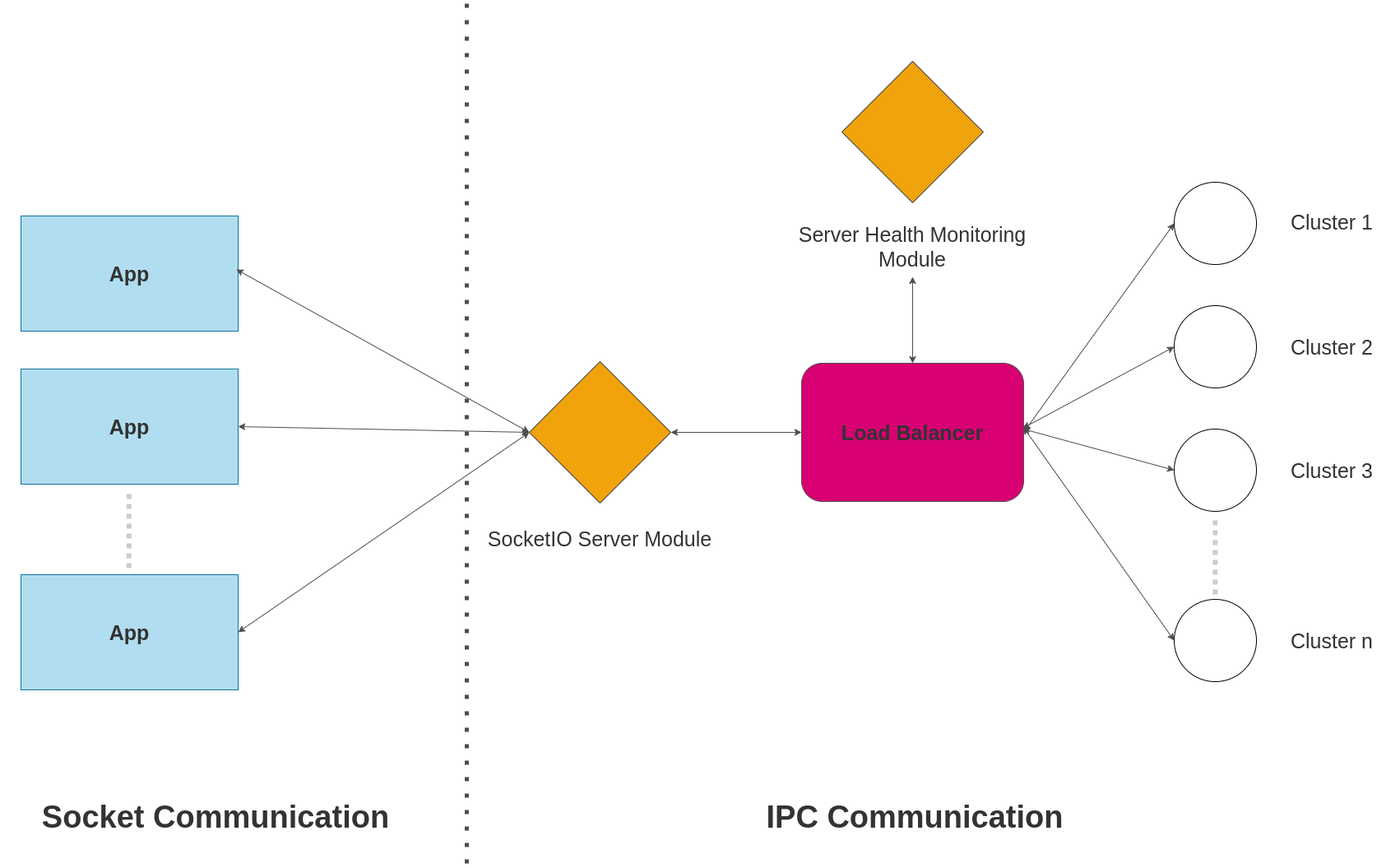
The draw.io diagram Scheme/balancer_scheme.png in vanja032/Load_Balancer, before a commit. Source tidied: cells renumbered, new cells last; positions are measured from the earlier drawing's top-left corner, leaving out a move shared by most shapes. Its diagram source:
```xml
<mxGraphModel background="#ffffff">
  <root>
    <mxCell id="0" />
    <mxCell id="1" parent="0" />
    <mxCell id="2" value="&lt;font color=&quot;#333333&quot; style=&quot;font-size: 25px;&quot;&gt;&lt;b&gt;App&lt;/b&gt;&lt;/font&gt;" style="rounded=0;whiteSpace=wrap;html=1;fillColor=#b1ddf0;strokeColor=#10739e;" parent="1" vertex="1">
      <mxGeometry x="25" y="260" width="264" height="140" as="geometry" />
    </mxCell>
    <mxCell id="3" value="&lt;b style=&quot;color: rgb(51, 51, 51); font-size: 25px;&quot;&gt;App&lt;/b&gt;" style="rounded=0;whiteSpace=wrap;html=1;fillColor=#b1ddf0;strokeColor=#10739e;" parent="1" vertex="1">
      <mxGeometry x="25" y="446" width="264" height="140" as="geometry" />
    </mxCell>
    <mxCell id="4" value="&lt;b style=&quot;color: rgb(51, 51, 51); font-size: 25px;&quot;&gt;App&lt;/b&gt;" style="rounded=0;whiteSpace=wrap;html=1;fillColor=#b1ddf0;strokeColor=#10739e;" parent="1" vertex="1">
      <mxGeometry x="25" y="696" width="264" height="140" as="geometry" />
    </mxCell>
    <mxCell id="5" style="endArrow=none;html=1;strokeWidth=6;strokeColor=#CCCCCC;dashed=1;dashPattern=1 1;rounded=1;targetPerimeterSpacing=0;sourcePerimeterSpacing=0;endSize=6;" parent="1" edge="1">
      <mxGeometry relative="1" as="geometry">
        <mxPoint x="156.3" y="688" as="sourcePoint" />
        <mxPoint x="156.3" y="593" as="targetPoint" />
      </mxGeometry>
    </mxCell>
    <mxCell id="6" value="&lt;b style=&quot;color: rgb(51, 51, 51); font-size: 25px;&quot;&gt;Load Balancer&lt;/b&gt;" style="rounded=1;whiteSpace=wrap;html=1;fillColor=#d80073;strokeColor=#4D4D4D;fontColor=#ffffff;" parent="1" vertex="1">
      <mxGeometry x="974" y="439" width="270" height="168" as="geometry" />
    </mxCell>
    <mxCell id="7" style="ellipse;whiteSpace=wrap;html=1;fontSize=25;fontColor=#333333;" parent="1" vertex="1">
      <mxGeometry x="1427" y="219" width="100" height="100" as="geometry" />
    </mxCell>
    <mxCell id="8" style="ellipse;whiteSpace=wrap;html=1;fontSize=25;fontColor=#333333;" parent="1" vertex="1">
      <mxGeometry x="1427" y="369" width="100" height="100" as="geometry" />
    </mxCell>
    <mxCell id="9" style="ellipse;whiteSpace=wrap;html=1;fontSize=25;fontColor=#333333;" parent="1" vertex="1">
      <mxGeometry x="1427" y="519" width="100" height="100" as="geometry" />
    </mxCell>
    <mxCell id="10" style="ellipse;whiteSpace=wrap;html=1;fontSize=25;fontColor=#333333;" parent="1" vertex="1">
      <mxGeometry x="1427" y="726" width="100" height="100" as="geometry" />
    </mxCell>
    <mxCell id="11" style="endArrow=none;html=1;strokeWidth=6;strokeColor=#CCCCCC;dashed=1;dashPattern=1 1;rounded=1;targetPerimeterSpacing=0;sourcePerimeterSpacing=0;endSize=6;" parent="1" edge="1">
      <mxGeometry relative="1" as="geometry">
        <mxPoint x="1476.8" y="720" as="sourcePoint" />
        <mxPoint x="1476.8" y="625" as="targetPoint" />
      </mxGeometry>
    </mxCell>
    <mxCell id="12" value="Cluster 1" style="text;html=1;strokeColor=none;fillColor=none;align=center;verticalAlign=middle;whiteSpace=wrap;rounded=0;fontSize=25;fontColor=#333333;" parent="1" vertex="1">
      <mxGeometry x="1555" y="247" width="128" height="40" as="geometry" />
    </mxCell>
    <mxCell id="13" value="Cluster 2" style="text;html=1;strokeColor=none;fillColor=none;align=center;verticalAlign=middle;whiteSpace=wrap;rounded=0;fontSize=25;fontColor=#333333;" parent="1" vertex="1">
      <mxGeometry x="1555" y="399" width="128" height="40" as="geometry" />
    </mxCell>
    <mxCell id="14" value="Cluster 3" style="text;html=1;strokeColor=none;fillColor=none;align=center;verticalAlign=middle;whiteSpace=wrap;rounded=0;fontSize=25;fontColor=#333333;" parent="1" vertex="1">
      <mxGeometry x="1555" y="549" width="128" height="40" as="geometry" />
    </mxCell>
    <mxCell id="15" value="Cluster n" style="text;html=1;strokeColor=none;fillColor=none;align=center;verticalAlign=middle;whiteSpace=wrap;rounded=0;fontSize=25;fontColor=#333333;" parent="1" vertex="1">
      <mxGeometry x="1555" y="756" width="128" height="40" as="geometry" />
    </mxCell>
    <mxCell id="16" style="rhombus;whiteSpace=wrap;html=1;fontSize=25;fontColor=#000000;fillColor=#f0a30a;strokeColor=#4D4D4D;" parent="1" vertex="1">
      <mxGeometry x="643" y="437" width="172" height="172" as="geometry" />
    </mxCell>
    <mxCell id="17" value="SocketIO Server Module" style="text;html=1;strokeColor=none;fillColor=none;align=center;verticalAlign=middle;whiteSpace=wrap;rounded=0;fontSize=25;fontColor=#333333;" parent="1" vertex="1">
      <mxGeometry x="579" y="632" width="300" height="40" as="geometry" />
    </mxCell>
    <mxCell id="18" style="rhombus;whiteSpace=wrap;html=1;fontSize=25;fontColor=#000000;fillColor=#f0a30a;strokeColor=#4D4D4D;" parent="1" vertex="1">
      <mxGeometry x="1023" y="72" width="172" height="172" as="geometry" />
    </mxCell>
    <mxCell id="19" value="Server Health Monitoring Module" style="text;html=1;strokeColor=none;fillColor=none;align=center;verticalAlign=middle;whiteSpace=wrap;rounded=0;fontSize=25;fontColor=#333333;" parent="1" vertex="1">
      <mxGeometry x="959" y="260" width="300" height="74" as="geometry" />
    </mxCell>
    <mxCell id="20" style="endArrow=classic;startArrow=classic;html=1;fillColor=#fa6800;strokeColor=#4D4D4D;exitX=0.992;exitY=0.464;exitDx=0;exitDy=0;exitPerimeter=0;entryX=0;entryY=0.5;entryDx=0;entryDy=0;" parent="1" edge="1" source="2" target="16">
      <mxGeometry relative="1" as="geometry" />
    </mxCell>
    <mxCell id="21" style="endArrow=classic;startArrow=classic;html=1;fillColor=#fa6800;strokeColor=#4D4D4D;exitX=1;exitY=0.5;exitDx=0;exitDy=0;entryX=0;entryY=0.5;entryDx=0;entryDy=0;" parent="1" edge="1" source="3" target="16">
      <mxGeometry relative="1" as="geometry" />
    </mxCell>
    <mxCell id="22" style="endArrow=classic;startArrow=classic;html=1;fillColor=#fa6800;strokeColor=#4D4D4D;exitX=1;exitY=0.5;exitDx=0;exitDy=0;entryX=0;entryY=0.5;entryDx=0;entryDy=0;" parent="1" edge="1" source="4" target="16">
      <mxGeometry relative="1" as="geometry" />
    </mxCell>
    <mxCell id="23" style="endArrow=classic;startArrow=classic;html=1;fillColor=#fa6800;strokeColor=#4D4D4D;exitX=1;exitY=0.5;exitDx=0;exitDy=0;entryX=0;entryY=0.5;entryDx=0;entryDy=0;" parent="1" edge="1" source="16" target="6">
      <mxGeometry relative="1" as="geometry" />
    </mxCell>
    <mxCell id="24" style="endArrow=classic;startArrow=classic;html=1;fillColor=#fa6800;strokeColor=#4D4D4D;entryX=0.5;entryY=0;entryDx=0;entryDy=0;exitX=0.5;exitY=1;exitDx=0;exitDy=0;" parent="1" edge="1" source="19" target="6">
      <mxGeometry relative="1" as="geometry" />
    </mxCell>
    <mxCell id="25" style="endArrow=classic;startArrow=classic;html=1;fillColor=#fa6800;strokeColor=#4D4D4D;exitX=0.999;exitY=0.463;exitDx=0;exitDy=0;entryX=0;entryY=0.5;entryDx=0;entryDy=0;exitPerimeter=0;" parent="1" edge="1" source="6" target="10">
      <mxGeometry relative="1" as="geometry" />
    </mxCell>
    <mxCell id="26" style="endArrow=classic;startArrow=classic;html=1;fillColor=#fa6800;strokeColor=#4D4D4D;exitX=0.996;exitY=0.475;exitDx=0;exitDy=0;entryX=0;entryY=0.5;entryDx=0;entryDy=0;exitPerimeter=0;" parent="1" edge="1" source="6" target="9">
      <mxGeometry relative="1" as="geometry" />
    </mxCell>
    <mxCell id="27" style="endArrow=classic;startArrow=classic;html=1;fillColor=#fa6800;strokeColor=#4D4D4D;exitX=0.996;exitY=0.47;exitDx=0;exitDy=0;entryX=0;entryY=0.5;entryDx=0;entryDy=0;exitPerimeter=0;" parent="1" edge="1" source="6" target="8">
      <mxGeometry relative="1" as="geometry" />
    </mxCell>
    <mxCell id="28" style="endArrow=classic;startArrow=classic;html=1;fillColor=#fa6800;strokeColor=#4D4D4D;exitX=1;exitY=0.5;exitDx=0;exitDy=0;entryX=0;entryY=0.5;entryDx=0;entryDy=0;" parent="1" edge="1" source="6" target="7">
      <mxGeometry relative="1" as="geometry" />
    </mxCell>
    <mxCell id="29" value="&lt;font style=&quot;font-size: 38px;&quot;&gt;&lt;b&gt;IPC Communication&lt;/b&gt;&lt;/font&gt;" style="text;html=1;strokeColor=none;fillColor=none;align=center;verticalAlign=middle;whiteSpace=wrap;rounded=0;fontSize=25;fontColor=#333333;" parent="1" vertex="1">
      <mxGeometry x="850" y="946" width="524" height="90" as="geometry" />
    </mxCell>
    <mxCell id="30" value="&lt;font style=&quot;font-size: 38px;&quot;&gt;&lt;b&gt;Socket Communication&lt;/b&gt;&lt;/font&gt;" style="text;html=1;strokeColor=none;fillColor=none;align=center;verticalAlign=middle;whiteSpace=wrap;rounded=0;fontSize=25;fontColor=#333333;" parent="1" vertex="1">
      <mxGeometry y="946" width="524" height="90" as="geometry" />
    </mxCell>
    <mxCell id="31" style="endArrow=none;dashed=1;html=1;dashPattern=1 3;strokeWidth=5;strokeColor=#4D4D4D;fontSize=38;" parent="1" edge="1">
      <mxGeometry relative="1" as="geometry">
        <mxPoint x="567" y="1047" as="sourcePoint" />
        <mxPoint x="567" as="targetPoint" />
      </mxGeometry>
    </mxCell>
  </root>
</mxGraphModel>
```
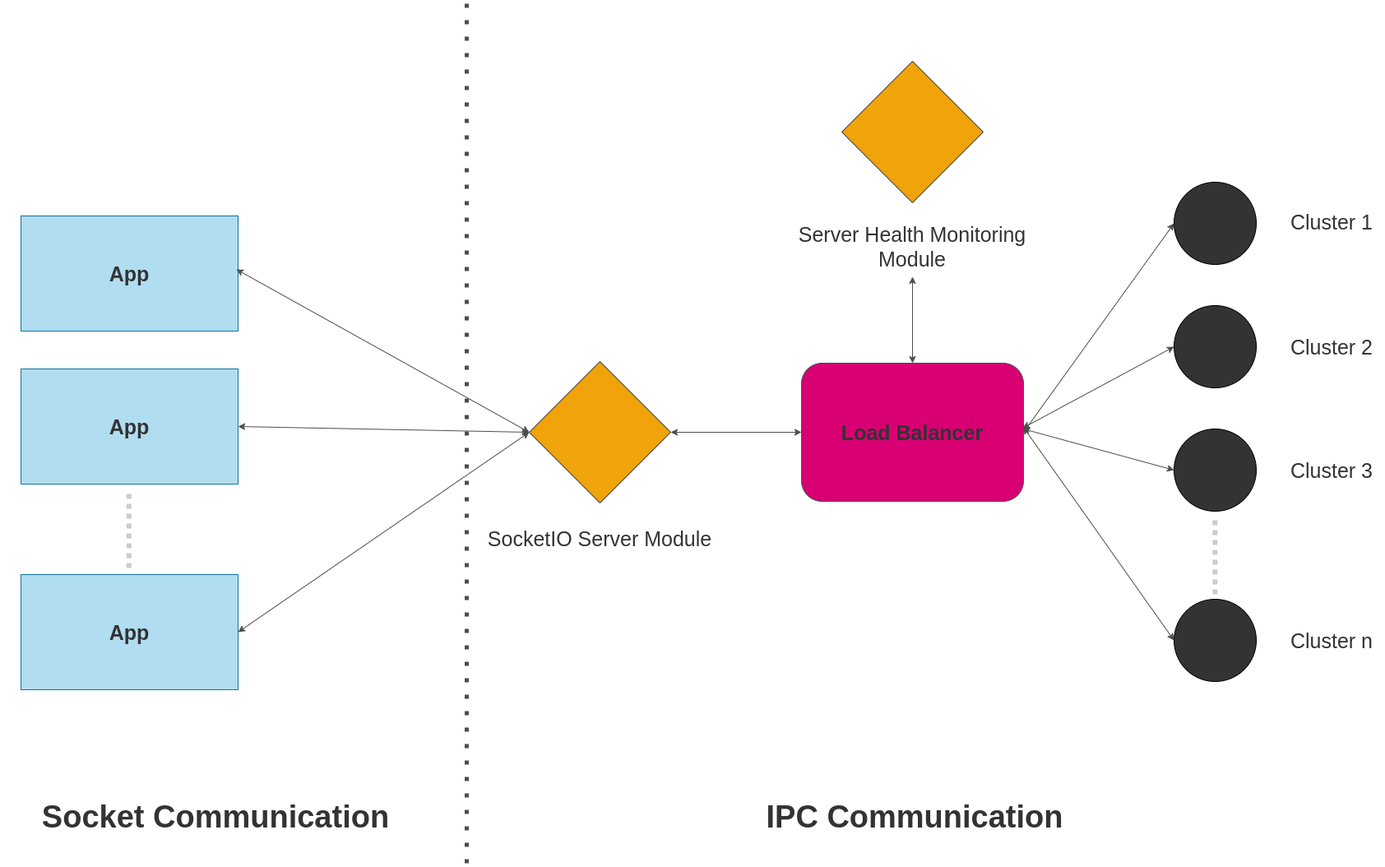
Later version of the same file.

Commit message:
Load Balancer Scheme

What changed in the source:
```diff
@@ -20,16 +20,16 @@
     <mxCell id="6" value="&lt;b style=&quot;color: rgb(51, 51, 51); font-size: 25px;&quot;&gt;Load Balancer&lt;/b&gt;" style="rounded=1;whiteSpace=wrap;html=1;fillColor=#d80073;strokeColor=#4D4D4D;fontColor=#ffffff;" parent="1" vertex="1">
       <mxGeometry x="974" y="439" width="270" height="168" as="geometry" />
     </mxCell>
-    <mxCell id="7" style="ellipse;whiteSpace=wrap;html=1;fontSize=25;fontColor=#333333;" parent="1" vertex="1">
+    <mxCell id="7" style="ellipse;whiteSpace=wrap;html=1;fontSize=25;fontColor=#333333;fillColor=#333333;" parent="1" vertex="1">
       <mxGeometry x="1427" y="219" width="100" height="100" as="geometry" />
     </mxCell>
-    <mxCell id="8" style="ellipse;whiteSpace=wrap;html=1;fontSize=25;fontColor=#333333;" parent="1" vertex="1">
+    <mxCell id="8" style="ellipse;whiteSpace=wrap;html=1;fontSize=25;fontColor=#333333;fillColor=#333333;" parent="1" vertex="1">
       <mxGeometry x="1427" y="369" width="100" height="100" as="geometry" />
     </mxCell>
-    <mxCell id="9" style="ellipse;whiteSpace=wrap;html=1;fontSize=25;fontColor=#333333;" parent="1" vertex="1">
+    <mxCell id="9" style="ellipse;whiteSpace=wrap;html=1;fontSize=25;fontColor=#333333;fillColor=#333333;" parent="1" vertex="1">
       <mxGeometry x="1427" y="519" width="100" height="100" as="geometry" />
     </mxCell>
-    <mxCell id="10" style="ellipse;whiteSpace=wrap;html=1;fontSize=25;fontColor=#333333;" parent="1" vertex="1">
+    <mxCell id="10" style="ellipse;whiteSpace=wrap;html=1;fontSize=25;fontColor=#333333;fillColor=#333333;" parent="1" vertex="1">
       <mxGeometry x="1427" y="726" width="100" height="100" as="geometry" />
     </mxCell>
     <mxCell id="11" style="endArrow=none;html=1;strokeWidth=6;strokeColor=#CCCCCC;dashed=1;dashPattern=1 1;rounded=1;targetPerimeterSpacing=0;sourcePerimeterSpacing=0;endSize=6;" parent="1" edge="1">
```
